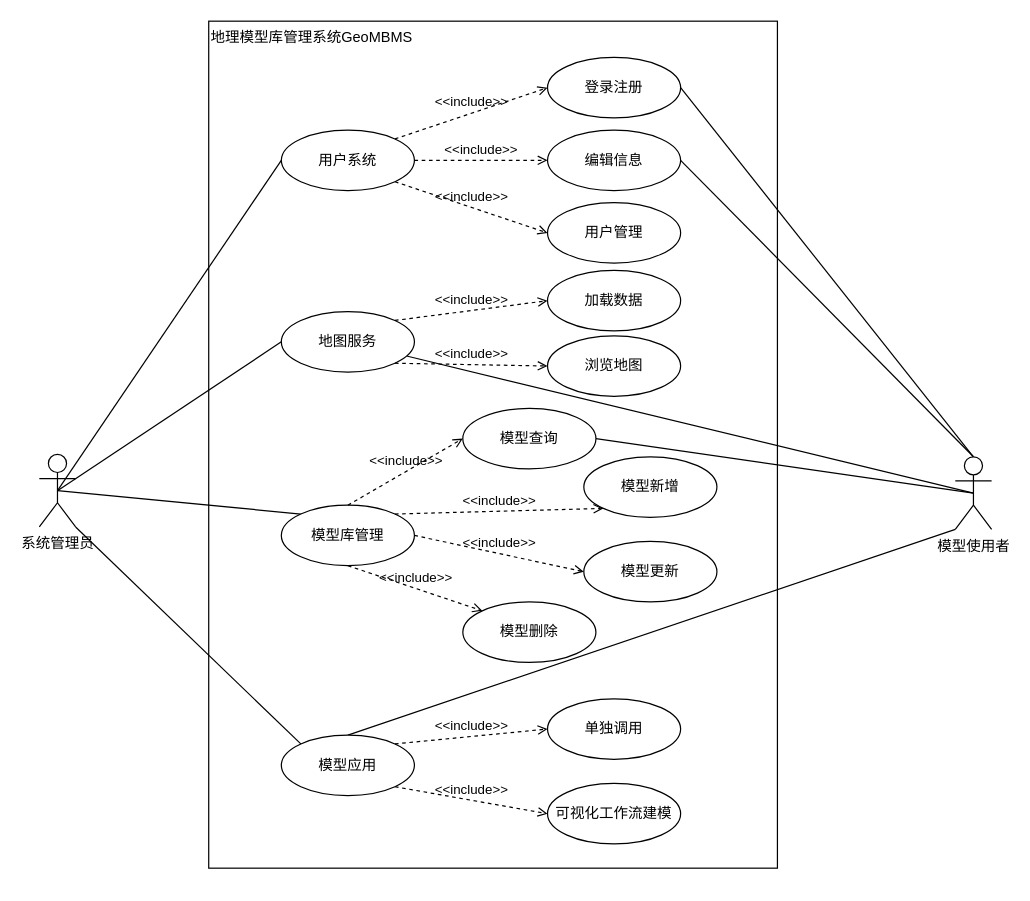
This is 费用管管理用例图.drawio from eamonyuuzen/diagrams, a draw.io file, before an edit. Source tidied: cells renumbered, new cells numbered last; positions are measured from the earlier drawing's top-left corner, leaving out a move shared by most shapes. Both pictures are drawn from the tidied source at 121%, with x=0, y=0 at pixel (39, 21).
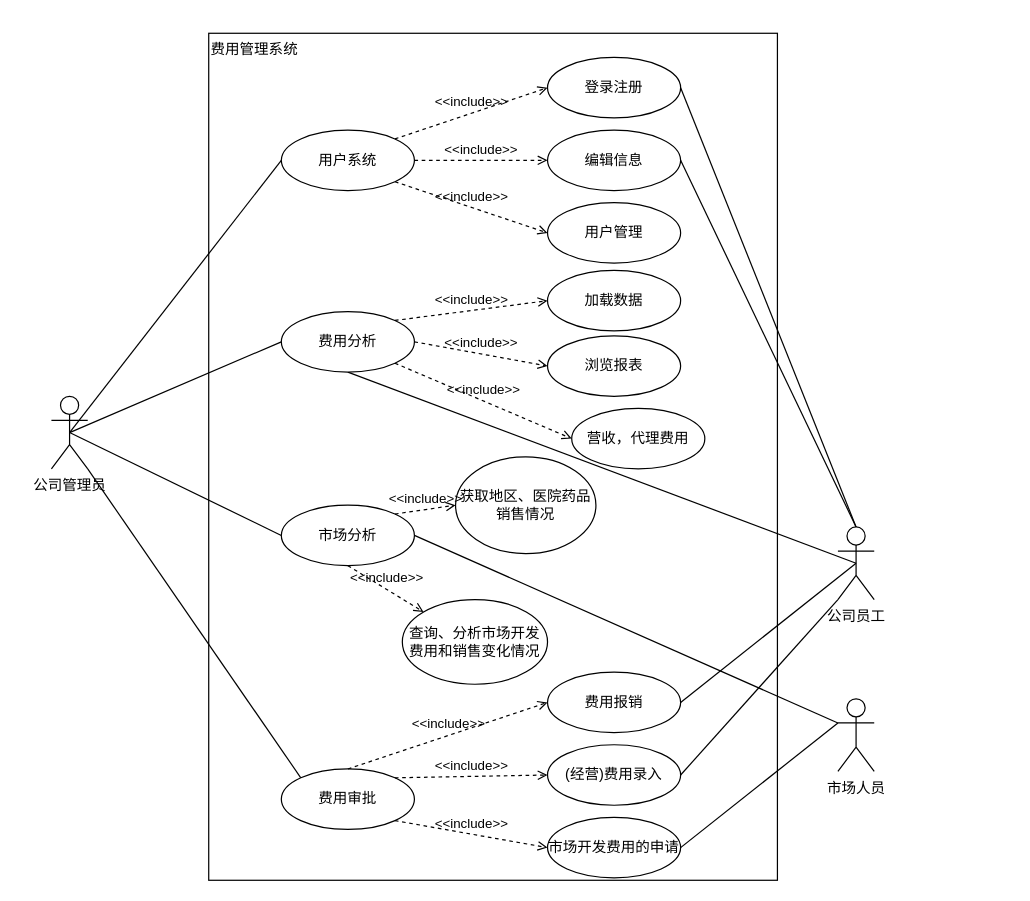
The same page after the edit.

Commit message:
更新费用管管理用例图.drawio

Change to the diagram source:
```diff
@@
-    <mxCell id="2" value="地理模型库管理系统GeoMBMS" style="rounded=0;whiteSpace=wrap;html=1;align=left;verticalAlign=top;" parent="1" vertex="1">
-      <mxGeometry x="140" width="470" height="700" as="geometry" />
+    <mxCell id="2" value="费用管理系统" style="rounded=0;whiteSpace=wrap;html=1;align=left;verticalAlign=top;" parent="1" vertex="1">
+      <mxGeometry x="140" y="10" width="470" height="700" as="geometry" />
     </mxCell>
-    <mxCell id="3" style="edgeStyle=none;shape=connector;rounded=0;jettySize=auto;html=1;entryX=0;entryY=0;entryDx=0;entryDy=0;labelBackgroundColor=default;strokeColor=default;fontFamily=Helvetica;fontSize=11;fontColor=default;endArrow=none;endFill=0;exitX=0.5;exitY=0.5;exitDx=0;exitDy=0;exitPerimeter=0;" parent="1" edge="1" source="6" target="19">
+    <mxCell id="3" style="edgeStyle=none;shape=connector;rounded=0;jettySize=auto;html=1;entryX=0;entryY=0.5;entryDx=0;entryDy=0;labelBackgroundColor=default;strokeColor=default;fontFamily=Helvetica;fontSize=11;fontColor=default;endArrow=none;endFill=0;exitX=0.5;exitY=0.5;exitDx=0;exitDy=0;exitPerimeter=0;" parent="1" edge="1" source="6" target="19">
       <mxGeometry relative="1" as="geometry" />
     </mxCell>
@@
-    <mxCell id="6" value="系统管理员" style="shape=umlActor;verticalLabelPosition=bottom;verticalAlign=top;html=1;" parent="1" vertex="1">
-      <mxGeometry y="358" width="30" height="60" as="geometry" />
+    <mxCell id="6" value="公司管理员" style="shape=umlActor;verticalLabelPosition=bottom;verticalAlign=top;html=1;" parent="1" vertex="1">
+      <mxGeometry x="10" y="310" width="30" height="60" as="geometry" />
     </mxCell>
-    <mxCell id="7" style="edgeStyle=none;shape=connector;rounded=0;jettySize=auto;html=1;exitX=0.5;exitY=0.5;exitDx=0;exitDy=0;exitPerimeter=0;labelBackgroundColor=default;strokeColor=default;fontFamily=Helvetica;fontSize=11;fontColor=default;endArrow=none;endFill=0;" parent="1" edge="1" source="12" target="16">
+    <mxCell id="7" style="edgeStyle=none;shape=connector;rounded=0;jettySize=auto;html=1;exitX=0.5;exitY=0.5;exitDx=0;exitDy=0;exitPerimeter=0;labelBackgroundColor=default;strokeColor=default;fontFamily=Helvetica;fontSize=11;fontColor=default;endArrow=none;endFill=0;entryX=0.5;entryY=1;entryDx=0;entryDy=0;" parent="1" edge="1" source="12" target="16">
       <mxGeometry relative="1" as="geometry" />
     </mxCell>
-    <mxCell id="8" style="edgeStyle=none;shape=connector;rounded=0;jettySize=auto;html=1;exitX=0;exitY=1;exitDx=0;exitDy=0;exitPerimeter=0;entryX=0.5;entryY=0;entryDx=0;entryDy=0;labelBackgroundColor=default;strokeColor=default;fontFamily=Helvetica;fontSize=11;fontColor=default;endArrow=none;endFill=0;" parent="1" edge="1" source="12" target="24">
+    <mxCell id="8" style="edgeStyle=none;shape=connector;rounded=0;jettySize=auto;html=1;exitX=0;exitY=1;exitDx=0;exitDy=0;exitPerimeter=0;entryX=1;entryY=0.5;entryDx=0;entryDy=0;labelBackgroundColor=default;strokeColor=default;fontFamily=Helvetica;fontSize=11;fontColor=default;endArrow=none;endFill=0;" parent="1" edge="1" source="12" target="25">
       <mxGeometry relative="1" as="geometry" />
     </mxCell>
-    <mxCell id="9" style="edgeStyle=none;shape=connector;rounded=0;jettySize=auto;html=1;exitX=0.5;exitY=0.5;exitDx=0;exitDy=0;exitPerimeter=0;entryX=1;entryY=0.5;entryDx=0;entryDy=0;labelBackgroundColor=default;strokeColor=default;fontFamily=Helvetica;fontSize=11;fontColor=default;endArrow=none;endFill=0;" parent="1" edge="1" source="12" target="21">
-      <mxGeometry relative="1" as="geometry" />
-    </mxCell>
@@
+    <mxCell id="40" style="rounded=0;jettySize=auto;html=1;exitX=0.5;exitY=0.5;exitDx=0;exitDy=0;exitPerimeter=0;entryX=1;entryY=0.5;entryDx=0;entryDy=0;endArrow=none;endFill=0;" parent="1" edge="1" source="12" target="44">
+      <mxGeometry relative="1" as="geometry" />
+    </mxCell>
-    <mxCell id="12" value="模型使用者" style="shape=umlActor;verticalLabelPosition=bottom;verticalAlign=top;html=1;" parent="1" vertex="1">
-      <mxGeometry x="757" y="360" width="30" height="60" as="geometry" />
+    <mxCell id="12" value="公司员工" style="shape=umlActor;verticalLabelPosition=bottom;verticalAlign=top;html=1;" parent="1" vertex="1">
+      <mxGeometry x="660" y="418" width="30" height="60" as="geometry" />
     </mxCell>
@@
-    <mxCell id="16" value="地图服务" style="ellipse;whiteSpace=wrap;html=1;" parent="1" vertex="1">
+    <mxCell id="16" value="费用分析" style="ellipse;whiteSpace=wrap;html=1;" parent="1" vertex="1">
       <mxGeometry x="200" y="240" width="110" height="50" as="geometry" />
     </mxCell>
@@
-    <mxCell id="18" value="浏览地图" style="ellipse;whiteSpace=wrap;html=1;" parent="1" vertex="1">
+    <mxCell id="18" value="浏览报表" style="ellipse;whiteSpace=wrap;html=1;" parent="1" vertex="1">
       <mxGeometry x="420" y="260" width="110" height="50" as="geometry" />
     </mxCell>
-    <mxCell id="19" value="模型库管理" style="ellipse;whiteSpace=wrap;html=1;" parent="1" vertex="1">
+    <mxCell id="19" value="市场分析" style="ellipse;whiteSpace=wrap;html=1;" parent="1" vertex="1">
       <mxGeometry x="200" y="400" width="110" height="50" as="geometry" />
     </mxCell>
-    <mxCell id="20" value="模型新增" style="ellipse;whiteSpace=wrap;html=1;" parent="1" vertex="1">
-      <mxGeometry x="450" y="360" width="110" height="50" as="geometry" />
-    </mxCell>
-    <mxCell id="21" value="模型查询" style="ellipse;whiteSpace=wrap;html=1;" parent="1" vertex="1">
-      <mxGeometry x="350" y="320" width="110" height="50" as="geometry" />
-    </mxCell>
-    <mxCell id="22" value="模型更新" style="ellipse;whiteSpace=wrap;html=1;" parent="1" vertex="1">
-      <mxGeometry x="450" y="430" width="110" height="50" as="geometry" />
+    <mxCell id="22" value="获取地区、医院药品销售情况" style="ellipse;whiteSpace=wrap;html=1;" parent="1" vertex="1">
+      <mxGeometry x="344" y="360" width="116" height="80" as="geometry" />
     </mxCell>
-    <mxCell id="23" value="模型删除" style="ellipse;whiteSpace=wrap;html=1;" parent="1" vertex="1">
-      <mxGeometry x="350" y="480" width="110" height="50" as="geometry" />
+    <mxCell id="23" value="查询、分析市场开发费用和销售变化情况" style="ellipse;whiteSpace=wrap;html=1;" parent="1" vertex="1">
+      <mxGeometry x="300" y="478" width="120" height="70" as="geometry" />
     </mxCell>
-    <mxCell id="24" value="模型应用" style="ellipse;whiteSpace=wrap;html=1;" parent="1" vertex="1">
-      <mxGeometry x="200" y="590" width="110" height="50" as="geometry" />
+    <mxCell id="24" value="费用审批" style="ellipse;whiteSpace=wrap;html=1;" parent="1" vertex="1">
+      <mxGeometry x="200" y="618" width="110" height="50" as="geometry" />
     </mxCell>
-    <mxCell id="25" value="单独调用" style="ellipse;whiteSpace=wrap;html=1;" parent="1" vertex="1">
-      <mxGeometry x="420" y="560" width="110" height="50" as="geometry" />
+    <mxCell id="25" value="(经营)费用录入" style="ellipse;whiteSpace=wrap;html=1;" parent="1" vertex="1">
+      <mxGeometry x="420" y="598" width="110" height="50" as="geometry" />
     </mxCell>
-    <mxCell id="26" value="可视化工作流建模" style="ellipse;whiteSpace=wrap;html=1;" parent="1" vertex="1">
-      <mxGeometry x="420" y="630" width="110" height="50" as="geometry" />
+    <mxCell id="26" value="市场开发费用的申请" style="ellipse;whiteSpace=wrap;html=1;" parent="1" vertex="1">
+      <mxGeometry x="420" y="658" width="110" height="50" as="geometry" />
     </mxCell>
@@
-    <mxCell id="30" value="&amp;lt;&amp;lt;include&amp;gt;&amp;gt;" style="html=1;verticalAlign=bottom;labelBackgroundColor=none;endArrow=open;endFill=0;dashed=1;rounded=0;strokeColor=default;fontFamily=Helvetica;fontSize=11;fontColor=default;shape=connector;exitX=1;exitY=1;exitDx=0;exitDy=0;entryX=0;entryY=0.5;entryDx=0;entryDy=0;" parent="1" edge="1" source="16" target="18">
+    <mxCell id="30" value="&amp;lt;&amp;lt;include&amp;gt;&amp;gt;" style="html=1;verticalAlign=bottom;labelBackgroundColor=none;endArrow=open;endFill=0;dashed=1;rounded=0;strokeColor=default;fontFamily=Helvetica;fontSize=11;fontColor=default;shape=connector;exitX=1;exitY=0.5;exitDx=0;exitDy=0;entryX=0;entryY=0.5;entryDx=0;entryDy=0;" parent="1" edge="1" source="16" target="18">
       <mxGeometry relative="1" as="geometry" />
     </mxCell>
-    <mxCell id="31" value="&amp;lt;&amp;lt;include&amp;gt;&amp;gt;" style="html=1;verticalAlign=bottom;labelBackgroundColor=none;endArrow=open;endFill=0;dashed=1;rounded=0;strokeColor=default;fontFamily=Helvetica;fontSize=11;fontColor=default;shape=connector;exitX=1;exitY=0;exitDx=0;exitDy=0;entryX=0;entryY=1;entryDx=0;entryDy=0;" parent="1" edge="1" source="19" target="20">
-      <mxGeometry relative="1" as="geometry" />
-    </mxCell>
-    <mxCell id="32" value="&amp;lt;&amp;lt;include&amp;gt;&amp;gt;" style="html=1;verticalAlign=bottom;labelBackgroundColor=none;endArrow=open;endFill=0;dashed=1;rounded=0;strokeColor=default;fontFamily=Helvetica;fontSize=11;fontColor=default;shape=connector;exitX=0.5;exitY=0;exitDx=0;exitDy=0;entryX=0;entryY=0.5;entryDx=0;entryDy=0;" parent="1" edge="1" source="19" target="21">
-      <mxGeometry relative="1" as="geometry" />
-    </mxCell>
-    <mxCell id="33" value="&amp;lt;&amp;lt;include&amp;gt;&amp;gt;" style="html=1;verticalAlign=bottom;labelBackgroundColor=none;endArrow=open;endFill=0;dashed=1;rounded=0;strokeColor=default;fontFamily=Helvetica;fontSize=11;fontColor=default;shape=connector;exitX=1;exitY=0.5;exitDx=0;exitDy=0;entryX=0;entryY=0.5;entryDx=0;entryDy=0;" parent="1" edge="1" source="19" target="22">
+    <mxCell id="33" value="&amp;lt;&amp;lt;include&amp;gt;&amp;gt;" style="html=1;verticalAlign=bottom;labelBackgroundColor=none;endArrow=open;endFill=0;dashed=1;rounded=0;strokeColor=default;fontFamily=Helvetica;fontSize=11;fontColor=default;shape=connector;exitX=1;exitY=0;exitDx=0;exitDy=0;entryX=0;entryY=0.5;entryDx=0;entryDy=0;" parent="1" edge="1" source="19" target="22">
       <mxGeometry relative="1" as="geometry" />
     </mxCell>
@@
+    <mxCell id="41" style="rounded=0;jettySize=auto;html=1;exitX=0;exitY=0.3333333333333333;exitDx=0;exitDy=0;exitPerimeter=0;entryX=1;entryY=0.5;entryDx=0;entryDy=0;endArrow=none;endFill=0;" parent="1" edge="1" source="42" target="26">
+      <mxGeometry relative="1" as="geometry" />
+    </mxCell>
+    <mxCell id="42" value="市场人员" style="shape=umlActor;verticalLabelPosition=bottom;verticalAlign=top;html=1;" parent="1" vertex="1">
+      <mxGeometry x="660" y="560" width="30" height="60" as="geometry" />
+    </mxCell>
+    <mxCell id="43" value="营收，代理费用" style="ellipse;whiteSpace=wrap;html=1;" parent="1" vertex="1">
+      <mxGeometry x="440" y="320" width="110" height="50" as="geometry" />
+    </mxCell>
+    <mxCell id="31" value="&amp;lt;&amp;lt;include&amp;gt;&amp;gt;" style="html=1;verticalAlign=bottom;labelBackgroundColor=none;endArrow=open;endFill=0;dashed=1;rounded=0;strokeColor=default;fontFamily=Helvetica;fontSize=11;fontColor=default;shape=connector;exitX=1;exitY=1;exitDx=0;exitDy=0;entryX=0;entryY=0.5;entryDx=0;entryDy=0;" parent="1" edge="1" source="16" target="43">
+      <mxGeometry relative="1" as="geometry" />
+    </mxCell>
+    <mxCell id="44" value="费用报销" style="ellipse;whiteSpace=wrap;html=1;" parent="1" vertex="1">
+      <mxGeometry x="420" y="538" width="110" height="50" as="geometry" />
+    </mxCell>
+    <mxCell id="32" value="&amp;lt;&amp;lt;include&amp;gt;&amp;gt;" style="html=1;verticalAlign=bottom;labelBackgroundColor=none;endArrow=open;endFill=0;dashed=1;rounded=0;strokeColor=default;fontFamily=Helvetica;fontSize=11;fontColor=default;shape=connector;exitX=0.5;exitY=0;exitDx=0;exitDy=0;entryX=0;entryY=0.5;entryDx=0;entryDy=0;" parent="1" edge="1" source="24" target="44">
+      <mxGeometry relative="1" as="geometry" />
+    </mxCell>
+    <mxCell id="45" style="rounded=0;jettySize=auto;html=1;exitX=0;exitY=0.3333333333333333;exitDx=0;exitDy=0;exitPerimeter=0;entryX=1;entryY=0.5;entryDx=0;entryDy=0;endArrow=none;endFill=0;" parent="1" edge="1" source="42" target="19">
+      <mxGeometry relative="1" as="geometry" />
+    </mxCell>
```
